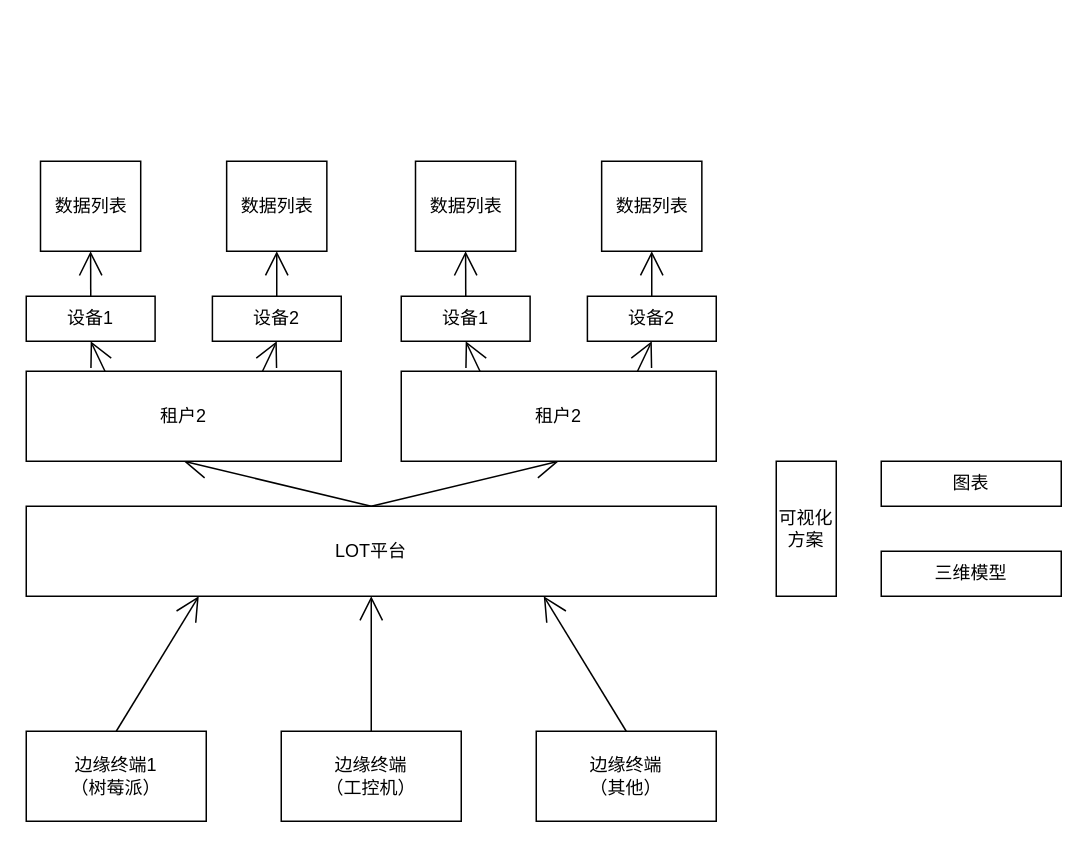
Before: DiagramNet/LOT.drawio in hanrker/diagramNet, a draw.io diagram. Source tidied: cells renumbered, new cells numbered last; positions are measured from the earlier drawing's top-left corner, leaving out a move shared by most shapes. Both pictures are drawn from the tidied source at 150%, with x=0, y=0 at pixel (26, 160).
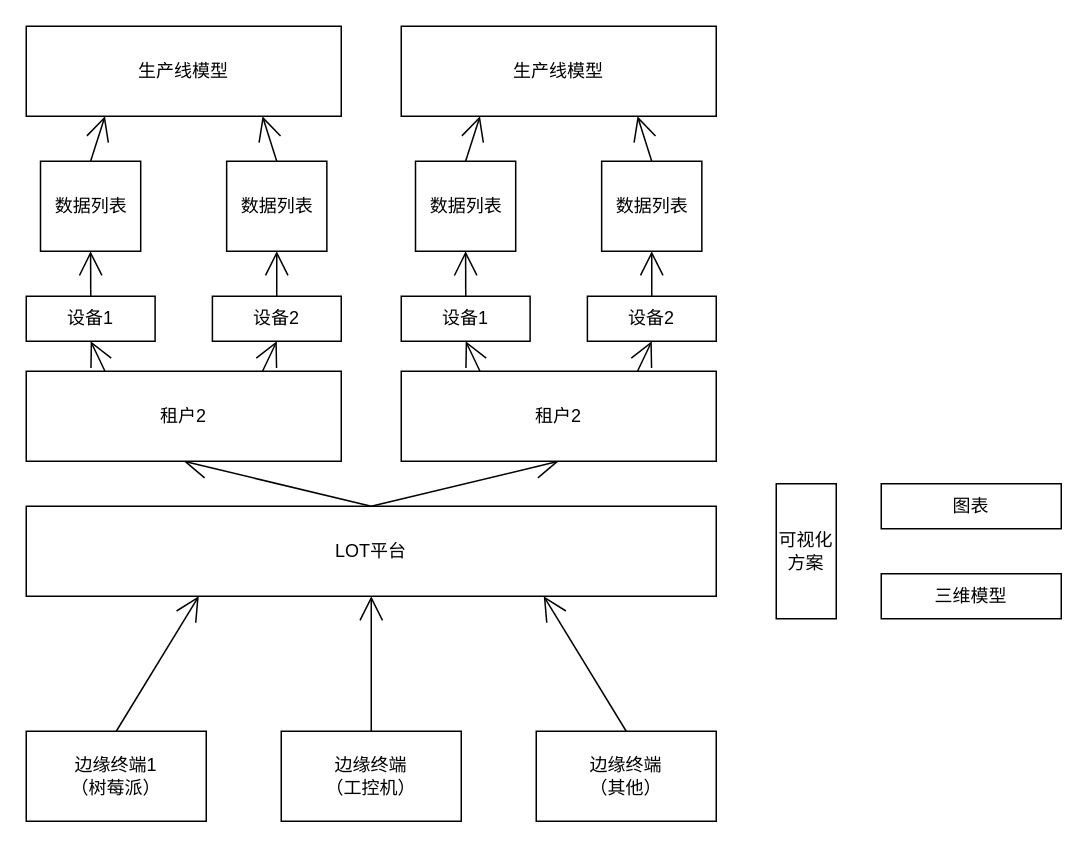
The same page after the edit.

Unchanged cells that the change refers to:
```xml
<mxCell id="17" value="数据列表" style="rounded=0;whiteSpace=wrap;html=1;hachureGap=4;" parent="11" vertex="1">
  <mxGeometry x="9.5" width="66.8" height="60" as="geometry" />
</mxCell>
<mxCell id="20" value="数据列表" style="rounded=0;whiteSpace=wrap;html=1;hachureGap=4;" parent="11" vertex="1">
  <mxGeometry x="133.6" width="66.8" height="60" as="geometry" />
</mxCell>
<mxCell id="27" value="数据列表" style="rounded=0;whiteSpace=wrap;html=1;hachureGap=4;" parent="21" vertex="1">
  <mxGeometry x="9.5" width="66.8" height="60" as="geometry" />
</mxCell>
<mxCell id="30" value="数据列表" style="rounded=0;whiteSpace=wrap;html=1;hachureGap=4;" parent="21" vertex="1">
  <mxGeometry x="133.6" width="66.8" height="60" as="geometry" />
</mxCell>
```

Change to the diagram source:
```diff
@@
     <mxCell id="31" value="可视化方案" style="rounded=0;whiteSpace=wrap;html=1;hachureGap=4;" parent="1" vertex="1">
-      <mxGeometry x="500" y="200" width="40" height="90" as="geometry" />
+      <mxGeometry x="500" y="215" width="40" height="90" as="geometry" />
     </mxCell>
     <mxCell id="32" value="图表" style="rounded=0;whiteSpace=wrap;html=1;hachureGap=4;" parent="1" vertex="1">
-      <mxGeometry x="570" y="200" width="120" height="30" as="geometry" />
+      <mxGeometry x="570" y="215" width="120" height="30" as="geometry" />
     </mxCell>
     <mxCell id="33" value="三维模型" style="rounded=0;whiteSpace=wrap;html=1;hachureGap=4;" parent="1" vertex="1">
-      <mxGeometry x="570" y="260" width="120" height="30" as="geometry" />
+      <mxGeometry x="570" y="275" width="120" height="30" as="geometry" />
     </mxCell>
+    <mxCell id="34" value="生产线模型" style="rounded=0;whiteSpace=wrap;html=1;hachureGap=4;" parent="1" vertex="1">
+      <mxGeometry y="-90" width="210" height="60" as="geometry" />
+    </mxCell>
+    <mxCell id="35" style="edgeStyle=none;curved=1;rounded=0;jettySize=auto;html=1;exitX=0.5;exitY=0;exitDx=0;exitDy=0;entryX=0.25;entryY=1;entryDx=0;entryDy=0;endArrow=open;startSize=14;endSize=14;sourcePerimeterSpacing=8;targetPerimeterSpacing=8;" parent="1" edge="1" source="27" target="34">
+      <mxGeometry relative="1" as="geometry" />
+    </mxCell>
+    <mxCell id="36" style="edgeStyle=none;curved=1;rounded=0;jettySize=auto;html=1;exitX=0.5;exitY=0;exitDx=0;exitDy=0;endArrow=open;startSize=14;endSize=14;sourcePerimeterSpacing=8;targetPerimeterSpacing=8;entryX=0.75;entryY=1;entryDx=0;entryDy=0;" parent="1" edge="1" source="30" target="34">
+      <mxGeometry relative="1" as="geometry" />
+    </mxCell>
+    <mxCell id="37" value="生产线模型" style="rounded=0;whiteSpace=wrap;html=1;hachureGap=4;" parent="1" vertex="1">
+      <mxGeometry x="250" y="-90" width="210" height="60" as="geometry" />
+    </mxCell>
+    <mxCell id="38" style="edgeStyle=none;curved=1;rounded=0;jettySize=auto;html=1;exitX=0.5;exitY=0;exitDx=0;exitDy=0;entryX=0.25;entryY=1;entryDx=0;entryDy=0;endArrow=open;startSize=14;endSize=14;sourcePerimeterSpacing=8;targetPerimeterSpacing=8;" parent="1" edge="1" source="17" target="37">
+      <mxGeometry relative="1" as="geometry" />
+    </mxCell>
+    <mxCell id="39" style="edgeStyle=none;curved=1;rounded=0;jettySize=auto;html=1;exitX=0.5;exitY=0;exitDx=0;exitDy=0;entryX=0.75;entryY=1;entryDx=0;entryDy=0;endArrow=open;startSize=14;endSize=14;sourcePerimeterSpacing=8;targetPerimeterSpacing=8;" parent="1" edge="1" source="20" target="37">
+      <mxGeometry relative="1" as="geometry" />
+    </mxCell>
```
